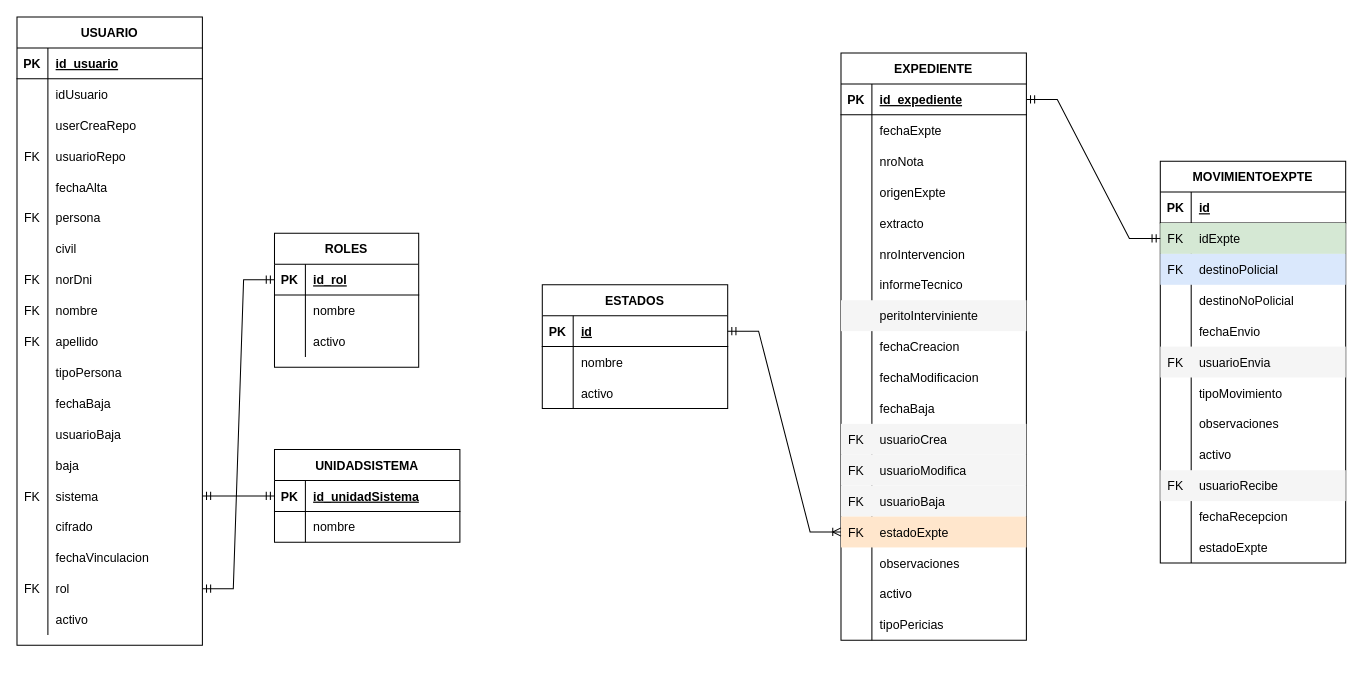
The draw.io diagram WebApiCriminalistica/ScriptSql/criminalistica.drawio in ariellezcano/WebApiCriminalistica, before the edit. Source tidied: cells renumbered, new cells numbered last; positions are measured from the earlier drawing's top-left corner, leaving out a move shared by most shapes. Both pictures are drawn from the tidied source at 103%, with x=0, y=0 at pixel (16, 16).
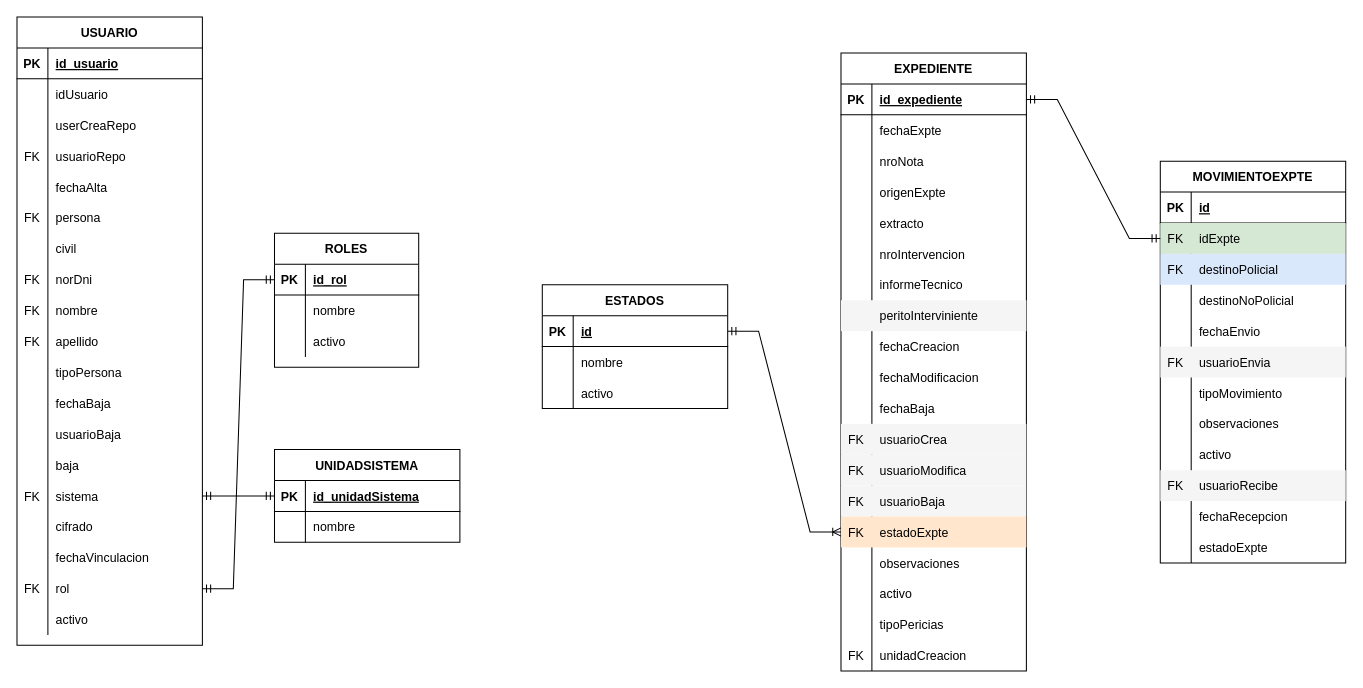
The same page after the edit.

What changed in the source:
```diff
@@
     <mxCell id="79" value="EXPEDIENTE" style="shape=table;startSize=30;childLayout=tableLayout;rowLines=0;fontStyle=1;align=center;" parent="1" vertex="1">
-      <mxGeometry x="800" y="35" width="180" height="570" as="geometry" />
+      <mxGeometry x="800" y="35" width="180" height="600" as="geometry" />
     </mxCell>
@@
+    <mxCell id="183" style="shape=tableRow;horizontal=0;startSize=0;swimlaneHead=0;swimlaneBody=0;fillColor=none;top=0;left=0;right=0;bottom=0;" parent="79" vertex="1">
+      <mxGeometry y="570" width="180" height="30" as="geometry" />
+    </mxCell>
+    <mxCell id="184" value="FK" style="shape=partialRectangle;fillColor=none;top=0;left=0;bottom=0;right=0;overflow=hidden;" parent="183" vertex="1">
+      <mxGeometry width="30" height="30" as="geometry" />
+    </mxCell>
+    <mxCell id="185" value="unidadCreacion" style="shape=partialRectangle;fillColor=none;top=0;left=0;bottom=0;right=0;align=left;spacingLeft=6;overflow=hidden;" parent="183" vertex="1">
+      <mxGeometry x="30" width="150" height="30" as="geometry" />
+    </mxCell>
```
